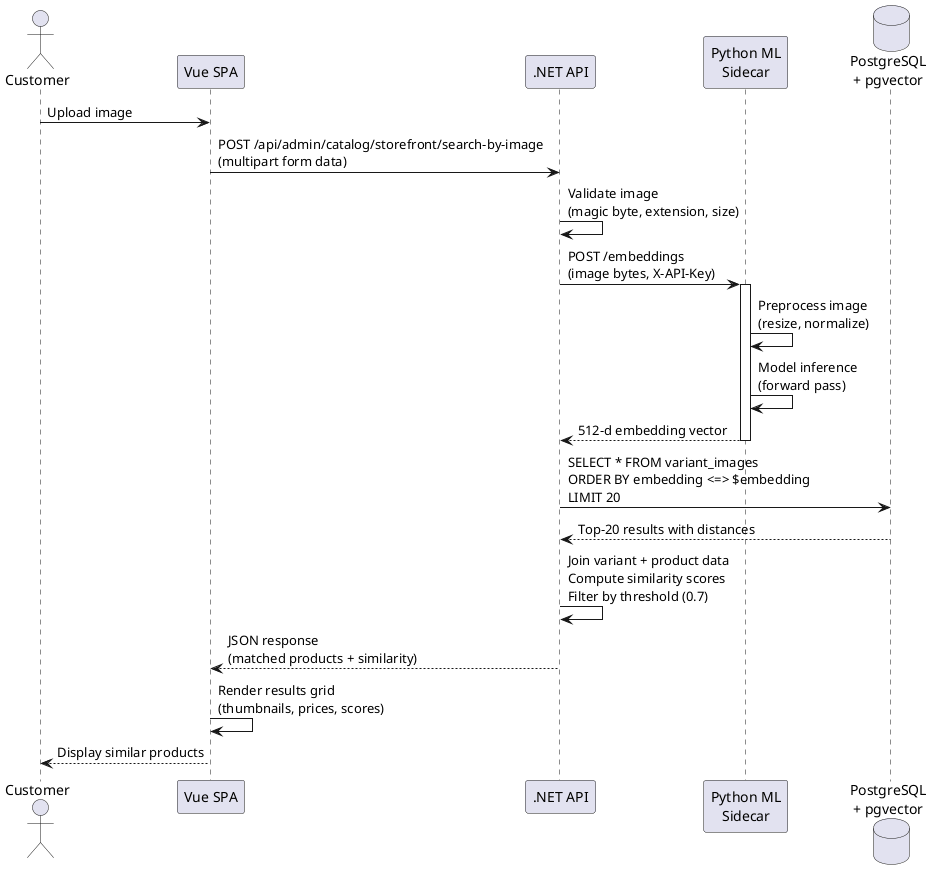
This is thesis/figures/chapters/part2/ch2-design/04-implementations/diagrams/P2S2.2.4_cbir-search-sequence.png from qingfa-dev/ReSys.Shop, a PlantUML export, as it was before one commit.
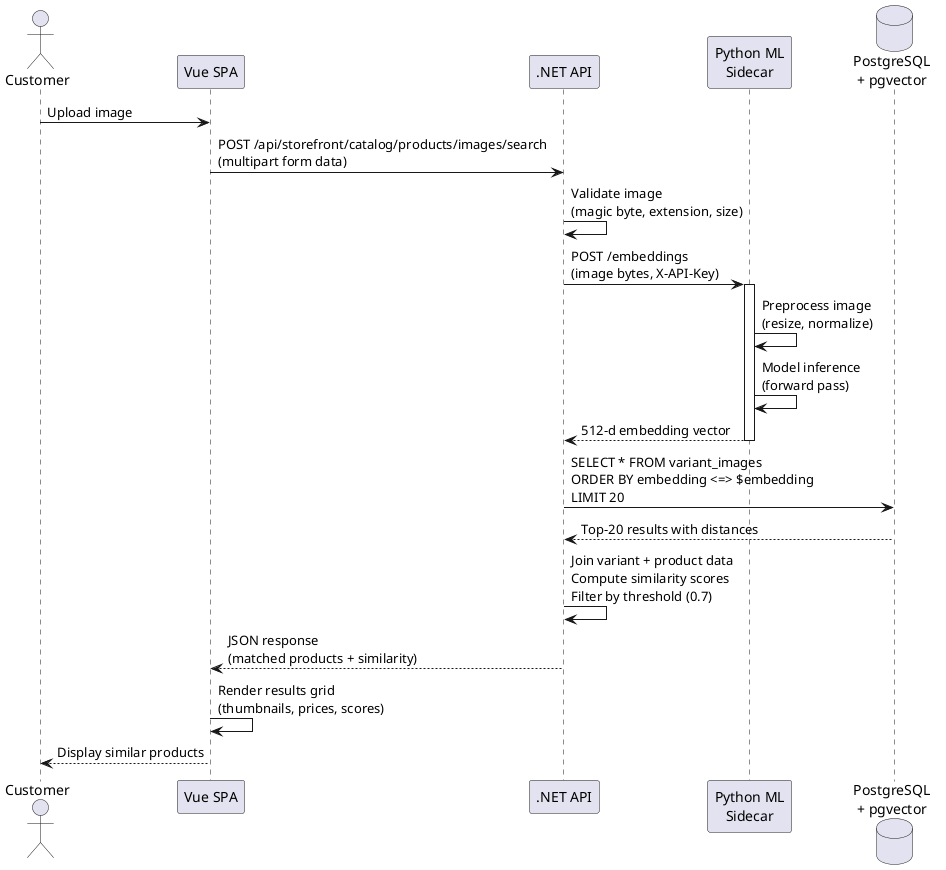
Above is the later version.

Diff of the diagram source:
```diff
@@ -6,7 +6,7 @@
 database "PostgreSQL\n+ pgvector" as DB
 
 Customer -> Vue: Upload image
-Vue -> API: POST /api/admin/catalog/storefront/search-by-image\n(multipart form data)
+Vue -> API: POST /api/storefront/catalog/products/images/search\n(multipart form data)
 API -> API: Validate image\n(magic byte, extension, size)
 
 API -> ML: POST /embeddings\n(image bytes, X-API-Key)
```
